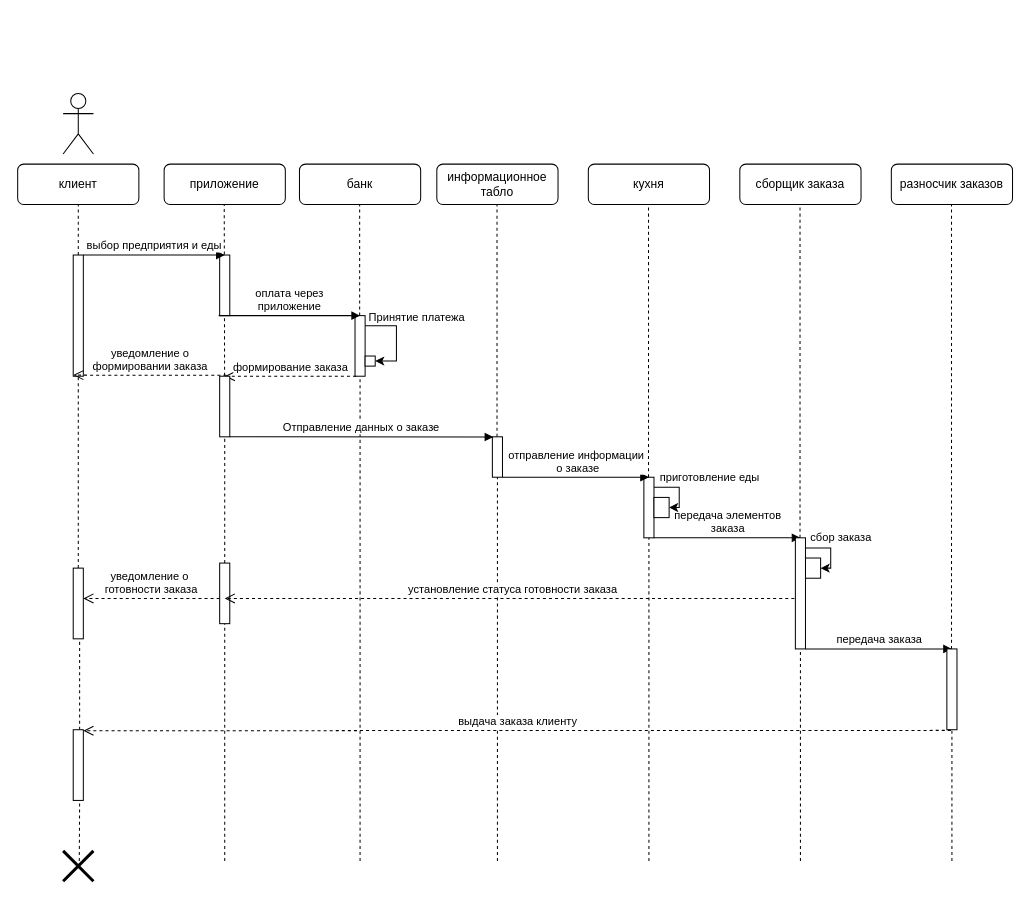
Above: project.drawio in Zerogron/MDK-05-01-SEQUENCE (draw.io), before the change. Source tidied: cells renumbered, new cells numbered last; positions are measured from the earlier drawing's top-left corner, leaving out a move shared by most shapes. Both pictures are drawn from the tidied source at 101%, with x=0, y=0 at pixel (17, 93).
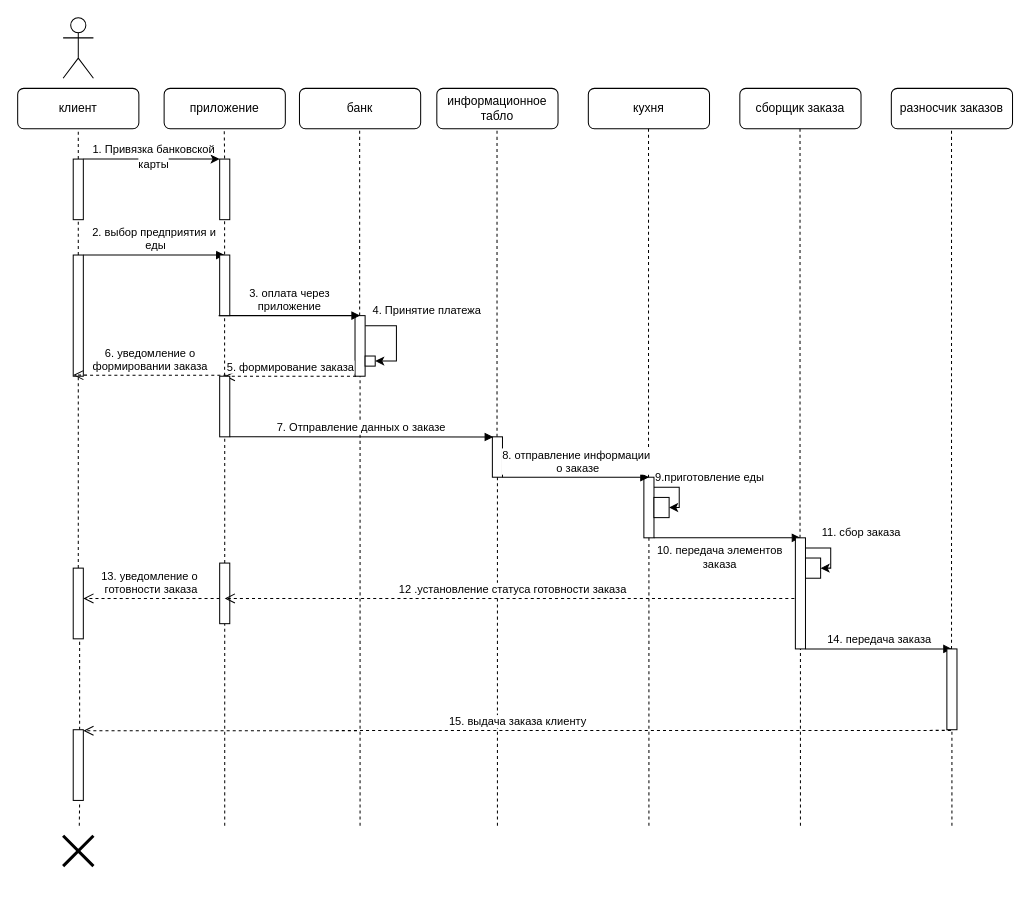
The same diagram, later.

The change refers to these unchanged cells:
```xml
<mxCell id="17" style="html=1;points=[];perimeter=orthogonalPerimeter;" parent="1" vertex="1">
  <mxGeometry x="55" y="160" width="10" height="120" as="geometry" />
</mxCell>
<mxCell id="21" style="html=1;points=[];perimeter=orthogonalPerimeter;" parent="1" vertex="1">
  <mxGeometry x="334" y="220" width="10" height="60" as="geometry" />
</mxCell>
<mxCell id="25" style="rounded=0;whiteSpace=wrap;html=1;" parent="1" vertex="1">
  <mxGeometry x="344" y="260" width="10" height="10" as="geometry" />
</mxCell>
<mxCell id="28" style="html=1;points=[];perimeter=orthogonalPerimeter;" parent="1" vertex="1">
  <mxGeometry x="470" y="340" width="10" height="40" as="geometry" />
</mxCell>
<mxCell id="30" style="html=1;points=[];perimeter=orthogonalPerimeter;" parent="1" vertex="1">
  <mxGeometry x="620" y="380" width="10" height="60" as="geometry" />
</mxCell>
<mxCell id="40" style="html=1;points=[];perimeter=orthogonalPerimeter;" parent="1" vertex="1">
  <mxGeometry x="920" y="550" width="10" height="80" as="geometry" />
</mxCell>
<mxCell id="46" style="html=1;points=[];perimeter=orthogonalPerimeter;" parent="1" vertex="1">
  <mxGeometry x="55" y="630" width="10" height="70" as="geometry" />
</mxCell>
<mxCell id="49" style="html=1;points=[];perimeter=orthogonalPerimeter;" parent="1" vertex="1">
  <mxGeometry x="200" y="280" width="10" height="60" as="geometry" />
</mxCell>
<mxCell id="52" style="html=1;points=[];perimeter=orthogonalPerimeter;" parent="1" vertex="1">
  <mxGeometry x="200" y="465" width="10" height="60" as="geometry" />
</mxCell>
<mxCell id="55" style="html=1;points=[];perimeter=orthogonalPerimeter;" parent="1" vertex="1">
  <mxGeometry x="770" y="440" width="10" height="110" as="geometry" />
</mxCell>
```

Change to the diagram source:
```diff
@@
-    <mxCell id="2" style="endArrow=none;dashed=1;html=1;rounded=0;startArrow=none;exitX=0.488;exitY=-0.008;exitDx=0;exitDy=0;exitPerimeter=0;" parent="1" edge="1" source="49">
+    <mxCell id="2" style="endArrow=none;dashed=1;html=1;rounded=0;startArrow=none;exitX=0.488;exitY=-0.008;exitDx=0;exitDy=0;exitPerimeter=0;" parent="1" edge="1" source="60">
       <mxGeometry relative="1" as="geometry">
-        <mxPoint x="204.5" y="110" as="targetPoint" />
+        <mxPoint x="204.5" y="35" as="targetPoint" />
       </mxGeometry>
     </mxCell>
     <mxCell id="3" style="shape=umlActor;verticalLabelPosition=bottom;verticalAlign=top;html=1;" parent="1" vertex="1">
-      <mxGeometry x="45" width="30" height="60" as="geometry" />
+      <mxGeometry x="45" y="-75" width="30" height="60" as="geometry" />
     </mxCell>
     <mxCell id="4" value="клиент" style="rounded=1;whiteSpace=wrap;html=1;" parent="1" vertex="1">
-      <mxGeometry y="70" width="120" height="40" as="geometry" />
+      <mxGeometry y="-5" width="120" height="40" as="geometry" />
     </mxCell>
     <mxCell id="5" value="приложение" style="rounded=1;whiteSpace=wrap;html=1;" parent="1" vertex="1">
-      <mxGeometry x="145" y="70" width="120" height="40" as="geometry" />
+      <mxGeometry x="145" y="-5" width="120" height="40" as="geometry" />
     </mxCell>
     <mxCell id="6" value="сборщик заказа" style="rounded=1;whiteSpace=wrap;html=1;" parent="1" vertex="1">
-      <mxGeometry x="715" y="70" width="120" height="40" as="geometry" />
+      <mxGeometry x="715" y="-5" width="120" height="40" as="geometry" />
     </mxCell>
     <mxCell id="7" value="информационное табло" style="rounded=1;whiteSpace=wrap;html=1;" parent="1" vertex="1">
-      <mxGeometry x="415" y="70" width="120" height="40" as="geometry" />
+      <mxGeometry x="415" y="-5" width="120" height="40" as="geometry" />
     </mxCell>
     <mxCell id="8" value="кухня" style="rounded=1;whiteSpace=wrap;html=1;" parent="1" vertex="1">
-      <mxGeometry x="565" y="70" width="120" height="40" as="geometry" />
+      <mxGeometry x="565" y="-5" width="120" height="40" as="geometry" />
     </mxCell>
     <mxCell id="9" value="банк" style="rounded=1;whiteSpace=wrap;html=1;" parent="1" vertex="1">
-      <mxGeometry x="279" y="70" width="120" height="40" as="geometry" />
+      <mxGeometry x="279" y="-5" width="120" height="40" as="geometry" />
     </mxCell>
     <mxCell id="10" value="разносчик заказов" style="rounded=1;whiteSpace=wrap;html=1;" parent="1" vertex="1">
-      <mxGeometry x="865" y="70" width="120" height="40" as="geometry" />
+      <mxGeometry x="865" y="-5" width="120" height="40" as="geometry" />
     </mxCell>
-    <mxCell id="11" style="endArrow=none;dashed=1;html=1;rounded=0;startArrow=none;" parent="1" edge="1" source="17" target="4">
+    <mxCell id="11" style="endArrow=none;dashed=1;html=1;rounded=0;startArrow=none;" parent="1" edge="1" source="58" target="4">
       <mxGeometry relative="1" as="geometry" />
     </mxCell>
     <mxCell id="12" style="endArrow=none;dashed=1;html=1;rounded=0;startArrow=none;" parent="1" edge="1" source="21">
       <mxGeometry relative="1" as="geometry">
-        <mxPoint x="338.6" y="110" as="targetPoint" />
+        <mxPoint x="338.6" y="35" as="targetPoint" />
       </mxGeometry>
     </mxCell>
     <mxCell id="13" style="endArrow=none;dashed=1;html=1;rounded=0;startArrow=none;" parent="1" edge="1" source="28">
       <mxGeometry relative="1" as="geometry">
-        <mxPoint x="474.6" y="110" as="targetPoint" />
+        <mxPoint x="474.6" y="35" as="targetPoint" />
       </mxGeometry>
     </mxCell>
     <mxCell id="14" style="endArrow=none;dashed=1;html=1;rounded=0;startArrow=none;" parent="1" edge="1" source="30">
       <mxGeometry relative="1" as="geometry">
-        <mxPoint x="624.6" y="110" as="targetPoint" />
+        <mxPoint x="624.6" y="35" as="targetPoint" />
       </mxGeometry>
     </mxCell>
     <mxCell id="15" style="endArrow=none;dashed=1;html=1;rounded=0;startArrow=none;" parent="1" edge="1" source="55">
       <mxGeometry relative="1" as="geometry">
-        <mxPoint x="774.6" y="110" as="targetPoint" />
+        <mxPoint x="774.6" y="35" as="targetPoint" />
       </mxGeometry>
     </mxCell>
     <mxCell id="16" style="endArrow=none;dashed=1;html=1;rounded=0;startArrow=none;" parent="1" edge="1" source="40">
       <mxGeometry relative="1" as="geometry">
-        <mxPoint x="924.6" y="110" as="targetPoint" />
+        <mxPoint x="924.6" y="35" as="targetPoint" />
       </mxGeometry>
     </mxCell>
@@
-    <mxCell id="19" style="html=1;perimeter=orthogonalPerimeter;" parent="1" vertex="1">
-      <mxGeometry x="200" y="160" width="10" height="60" as="geometry" />
-    </mxCell>
-    <mxCell id="20" value="Принятие платежа" style="edgeStyle=orthogonalEdgeStyle;rounded=0;jettySize=auto;html=1;" parent="1" edge="1" source="21" target="25">
-      <mxGeometry x="-0.23" y="22" relative="1" as="geometry">
+    <mxCell id="20" value="4. Принятие платежа" style="edgeStyle=orthogonalEdgeStyle;rounded=0;jettySize=auto;html=1;" parent="1" edge="1" source="21" target="25">
+      <mxGeometry x="-0.29" y="34" relative="1" as="geometry">
         <Array as="points">
           <mxPoint x="375" y="230" />
           <mxPoint x="375" y="265" />
         </Array>
-        <mxPoint x="-2" y="-10" as="offset" />
+        <mxPoint x="-4" y="-15" as="offset" />
       </mxGeometry>
     </mxCell>
@@
     <mxCell id="22" style="endArrow=none;dashed=1;html=1;rounded=0;" parent="1" edge="1" target="21">
       <mxGeometry relative="1" as="geometry">
-        <mxPoint x="339" y="760" as="sourcePoint" />
+        <mxPoint x="339" y="725" as="sourcePoint" />
       </mxGeometry>
     </mxCell>
-    <mxCell id="23" value="оплата через&lt;br&gt;приложение" style="html=1;verticalAlign=bottom;endArrow=block;rounded=0;" parent="1" edge="1">
+    <mxCell id="23" value="3. оплата через&lt;br&gt;приложение" style="html=1;verticalAlign=bottom;endArrow=block;rounded=0;" parent="1" edge="1">
       <mxGeometry relative="1" as="geometry">
         <mxPoint x="199" y="220" as="sourcePoint" />
         <mxPoint x="339" y="220" as="targetPoint" />
       </mxGeometry>
     </mxCell>
-    <mxCell id="24" value="выбор предприятия и еды" style="html=1;verticalAlign=bottom;endArrow=block;rounded=0;" parent="1" edge="1">
+    <mxCell id="24" value="2. выбор предприятия и&lt;br&gt;&amp;nbsp;еды" style="html=1;verticalAlign=bottom;endArrow=block;rounded=0;" parent="1" edge="1">
       <mxGeometry relative="1" as="geometry">
         <mxPoint x="65" y="160" as="sourcePoint" />
         <mxPoint x="205" y="160" as="targetPoint" />
       </mxGeometry>
     </mxCell>
@@
-    <mxCell id="27" value="формирование заказа" style="html=1;verticalAlign=bottom;endArrow=open;dashed=1;endSize=8;rounded=0;" parent="1" edge="1">
+    <mxCell id="27" value="5. формирование заказа" style="html=1;verticalAlign=bottom;endArrow=open;dashed=1;endSize=8;rounded=0;" parent="1" edge="1">
       <mxGeometry relative="1" as="geometry">
         <mxPoint x="335" y="280" as="sourcePoint" />
         <mxPoint x="205" y="280" as="targetPoint" />
       </mxGeometry>
     </mxCell>
@@
     <mxCell id="29" style="endArrow=none;dashed=1;html=1;rounded=0;" parent="1" edge="1" target="28">
       <mxGeometry relative="1" as="geometry">
-        <mxPoint x="475" y="760" as="sourcePoint" />
+        <mxPoint x="475" y="725" as="sourcePoint" />
       </mxGeometry>
     </mxCell>
@@
     <mxCell id="31" style="endArrow=none;dashed=1;html=1;rounded=0;" parent="1" edge="1" target="30">
       <mxGeometry relative="1" as="geometry">
-        <mxPoint x="625" y="760" as="sourcePoint" />
+        <mxPoint x="625" y="725" as="sourcePoint" />
       </mxGeometry>
     </mxCell>
-    <mxCell id="32" value="отправление информации&lt;br&gt;&amp;nbsp;о заказе" style="html=1;verticalAlign=bottom;endArrow=block;rounded=0;" parent="1" edge="1">
+    <mxCell id="32" value="8. отправление информации&lt;br&gt;&amp;nbsp;о заказе" style="html=1;verticalAlign=bottom;endArrow=block;rounded=0;" parent="1" edge="1">
       <mxGeometry relative="1" as="geometry">
         <mxPoint x="480" y="380" as="sourcePoint" />
         <mxPoint x="625" y="380" as="targetPoint" />
       </mxGeometry>
     </mxCell>
-    <mxCell id="33" value="передача заказа" style="html=1;verticalAlign=bottom;endArrow=block;rounded=0;" parent="1" edge="1">
+    <mxCell id="33" value="14. передача заказа" style="html=1;verticalAlign=bottom;endArrow=block;rounded=0;" parent="1" edge="1">
       <mxGeometry relative="1" as="geometry">
         <mxPoint x="780" y="550" as="sourcePoint" />
         <mxPoint x="925" y="550" as="targetPoint" />
       </mxGeometry>
     </mxCell>
-    <mxCell id="34" value="передача элементов&lt;br&gt;заказа" style="html=1;verticalAlign=bottom;endArrow=block;rounded=0;" parent="1" edge="1">
-      <mxGeometry relative="1" as="geometry">
+    <mxCell id="34" value="10. передача элементов&lt;br&gt;заказа" style="html=1;verticalAlign=bottom;endArrow=block;rounded=0;" parent="1" edge="1">
+      <mxGeometry x="-0.1" y="-35" relative="1" as="geometry">
         <mxPoint x="630" y="440" as="sourcePoint" />
         <mxPoint x="775" y="440" as="targetPoint" />
       </mxGeometry>
     </mxCell>
-    <mxCell id="35" value="сбор заказа" style="edgeStyle=orthogonalEdgeStyle;rounded=0;jettySize=auto;html=1;" parent="1" edge="1" source="55">
-      <mxGeometry x="-0.09" y="14" relative="1" as="geometry">
+    <mxCell id="35" value="11. сбор заказа" style="edgeStyle=orthogonalEdgeStyle;rounded=0;jettySize=auto;html=1;" parent="1" edge="1" source="55">
+      <mxGeometry x="-0.09" y="34" relative="1" as="geometry">
         <mxPoint x="795" y="470" as="targetPoint" />
         <Array as="points">
           <mxPoint x="805" y="450" />
           <mxPoint x="805" y="470" />
         </Array>
-        <mxPoint x="-4" y="-10" as="offset" />
+        <mxPoint x="-4" y="-15" as="offset" />
       </mxGeometry>
     </mxCell>
-    <mxCell id="36" value="уведомление о&lt;br&gt;формировании заказа" style="html=1;verticalAlign=bottom;endArrow=open;dashed=1;endSize=8;rounded=0;exitX=0.667;exitY=1.002;exitDx=0;exitDy=0;exitPerimeter=0;" parent="1" edge="1">
+    <mxCell id="36" value="6. уведомление о&lt;br&gt;формировании заказа" style="html=1;verticalAlign=bottom;endArrow=open;dashed=1;endSize=8;rounded=0;exitX=0.667;exitY=1.002;exitDx=0;exitDy=0;exitPerimeter=0;" parent="1" edge="1">
       <mxGeometry relative="1" as="geometry">
         <mxPoint x="206.7" y="279.1" as="sourcePoint" />
         <mxPoint x="55" y="278.9" as="targetPoint" />
       </mxGeometry>
     </mxCell>
@@
-    <mxCell id="38" value="приготовление еды" style="edgeStyle=orthogonalEdgeStyle;rounded=0;jettySize=auto;html=1;" parent="1" edge="1" source="30">
+    <mxCell id="38" value="9.приготовление еды" style="edgeStyle=orthogonalEdgeStyle;rounded=0;jettySize=auto;html=1;" parent="1" edge="1" source="30">
       <mxGeometry x="-0.09" y="32" relative="1" as="geometry">
         <mxPoint x="645" y="410" as="targetPoint" />
         <Array as="points">
           <mxPoint x="655" y="390" />
           <mxPoint x="655" y="410" />
         </Array>
         <mxPoint x="-2" y="-10" as="offset" />
       </mxGeometry>
     </mxCell>
@@
     <mxCell id="41" style="endArrow=none;dashed=1;html=1;rounded=0;" parent="1" edge="1" target="40">
       <mxGeometry relative="1" as="geometry">
-        <mxPoint x="925" y="760" as="sourcePoint" />
+        <mxPoint x="925" y="725" as="sourcePoint" />
       </mxGeometry>
     </mxCell>
@@
-    <mxCell id="44" value="Отправление данных о заказе" style="html=1;verticalAlign=bottom;endArrow=block;rounded=0;entryX=0.091;entryY=0.004;entryDx=0;entryDy=0;entryPerimeter=0;" parent="1" edge="1" target="28">
+    <mxCell id="44" value="7. Отправление данных о заказе" style="html=1;verticalAlign=bottom;endArrow=block;rounded=0;entryX=0.091;entryY=0.004;entryDx=0;entryDy=0;entryPerimeter=0;" parent="1" edge="1" target="28">
       <mxGeometry relative="1" as="geometry">
         <mxPoint x="210" y="340" as="sourcePoint" />
       </mxGeometry>
     </mxCell>
     <mxCell id="45" style="endArrow=none;dashed=1;html=1;rounded=0;" parent="1" edge="1" target="55">
       <mxGeometry relative="1" as="geometry">
-        <mxPoint x="775" y="760" as="sourcePoint" />
+        <mxPoint x="775" y="725" as="sourcePoint" />
       </mxGeometry>
     </mxCell>
@@
     <mxCell id="47" style="endArrow=none;dashed=1;html=1;rounded=0;entryX=0.634;entryY=1.023;entryDx=0;entryDy=0;entryPerimeter=0;" parent="1" edge="1" target="46">
       <mxGeometry relative="1" as="geometry">
-        <mxPoint x="61" y="760" as="sourcePoint" />
+        <mxPoint x="61" y="725" as="sourcePoint" />
       </mxGeometry>
     </mxCell>
-    <mxCell id="48" value="выдача заказа клиенту" style="html=1;verticalAlign=bottom;endArrow=open;dashed=1;endSize=8;rounded=0;exitX=0.392;exitY=1.008;exitDx=0;exitDy=0;exitPerimeter=0;" parent="1" edge="1" source="40">
+    <mxCell id="48" value="15. выдача заказа клиенту" style="html=1;verticalAlign=bottom;endArrow=open;dashed=1;endSize=8;rounded=0;exitX=0.392;exitY=1.008;exitDx=0;exitDy=0;exitPerimeter=0;" parent="1" edge="1" source="40">
       <mxGeometry relative="1" as="geometry">
         <mxPoint x="65" y="631" as="targetPoint" />
       </mxGeometry>
     </mxCell>
@@
-    <mxCell id="51" value="уведомление о&amp;nbsp;&lt;br&gt;готовности заказа" style="html=1;verticalAlign=bottom;endArrow=open;dashed=1;endSize=8;rounded=0;" parent="1" edge="1">
+    <mxCell id="51" value="13. уведомление о&amp;nbsp;&lt;br&gt;готовности заказа" style="html=1;verticalAlign=bottom;endArrow=open;dashed=1;endSize=8;rounded=0;" parent="1" edge="1">
       <mxGeometry relative="1" as="geometry">
         <mxPoint x="200" y="500" as="sourcePoint" />
         <mxPoint x="65" y="500" as="targetPoint" />
       </mxGeometry>
     </mxCell>
@@
     <mxCell id="53" style="endArrow=none;dashed=1;html=1;rounded=0;startArrow=none;" parent="1" edge="1" target="52">
       <mxGeometry relative="1" as="geometry">
-        <mxPoint x="205" y="760" as="sourcePoint" />
+        <mxPoint x="205" y="725" as="sourcePoint" />
       </mxGeometry>
     </mxCell>
-    <mxCell id="54" value="установление статуса готовности заказа" style="html=1;verticalAlign=bottom;endArrow=open;dashed=1;endSize=8;rounded=0;" parent="1" edge="1">
+    <mxCell id="54" value="12 .установление статуса готовности заказа" style="html=1;verticalAlign=bottom;endArrow=open;dashed=1;endSize=8;rounded=0;" parent="1" edge="1">
       <mxGeometry relative="1" as="geometry">
         <mxPoint x="775" y="500" as="sourcePoint" />
         <mxPoint x="205" y="500" as="targetPoint" />
       </mxGeometry>
     </mxCell>
@@
     <mxCell id="56" style="shape=umlDestroy;whiteSpace=wrap;html=1;strokeWidth=3;" parent="1" vertex="1">
-      <mxGeometry x="45" y="750" width="30" height="30" as="geometry" />
+      <mxGeometry x="45" y="735" width="30" height="30" as="geometry" />
     </mxCell>
+    <mxCell id="57" style="edgeStyle=orthogonalEdgeStyle;rounded=0;jettySize=auto;html=1;" parent="1" edge="1" source="58" target="60">
+      <mxGeometry x="0.04" y="10" relative="1" as="geometry">
+        <Array as="points">
+          <mxPoint x="175" y="65" />
+          <mxPoint x="175" y="65" />
+        </Array>
+      </mxGeometry>
+    </mxCell>
+    <mxCell id="58" style="html=1;points=[];perimeter=orthogonalPerimeter;" parent="1" vertex="1">
+      <mxGeometry x="55" y="65" width="10" height="60" as="geometry" />
+    </mxCell>
+    <mxCell id="59" style="endArrow=none;dashed=1;html=1;rounded=0;startArrow=none;" parent="1" edge="1" source="17" target="58">
+      <mxGeometry relative="1" as="geometry" />
+    </mxCell>
+    <mxCell id="60" style="html=1;points=[];perimeter=orthogonalPerimeter;" parent="1" vertex="1">
+      <mxGeometry x="200" y="65" width="10" height="60" as="geometry" />
+    </mxCell>
+    <mxCell id="61" style="endArrow=none;dashed=1;html=1;rounded=0;startArrow=none;exitX=0.488;exitY=-0.008;exitDx=0;exitDy=0;exitPerimeter=0;" parent="1" edge="1" source="49" target="60">
+      <mxGeometry relative="1" as="geometry" />
+    </mxCell>
+    <mxCell id="62" value="&lt;br&gt;&lt;span style=&quot;color: rgb(0, 0, 0); font-family: Helvetica; font-size: 11px; font-style: normal; font-variant-ligatures: normal; font-variant-caps: normal; font-weight: 400; letter-spacing: normal; orphans: 2; text-align: center; text-indent: 0px; text-transform: none; widows: 2; word-spacing: 0px; -webkit-text-stroke-width: 0px; background-color: rgb(255, 255, 255); text-decoration-thickness: initial; text-decoration-style: initial; text-decoration-color: initial; float: none; display: inline !important;&quot;&gt;1. Привязка банковской карты&lt;/span&gt;&lt;br&gt;" style="text;html=1;strokeColor=none;fillColor=none;align=center;verticalAlign=middle;whiteSpace=wrap;rounded=0;" parent="1" vertex="1">
+      <mxGeometry x="70" y="45" width="130" height="20" as="geometry" />
+    </mxCell>
+    <mxCell id="19" style="html=1;perimeter=orthogonalPerimeter;" parent="1" vertex="1">
+      <mxGeometry x="200" y="160" width="10" height="60" as="geometry" />
+    </mxCell>
```
